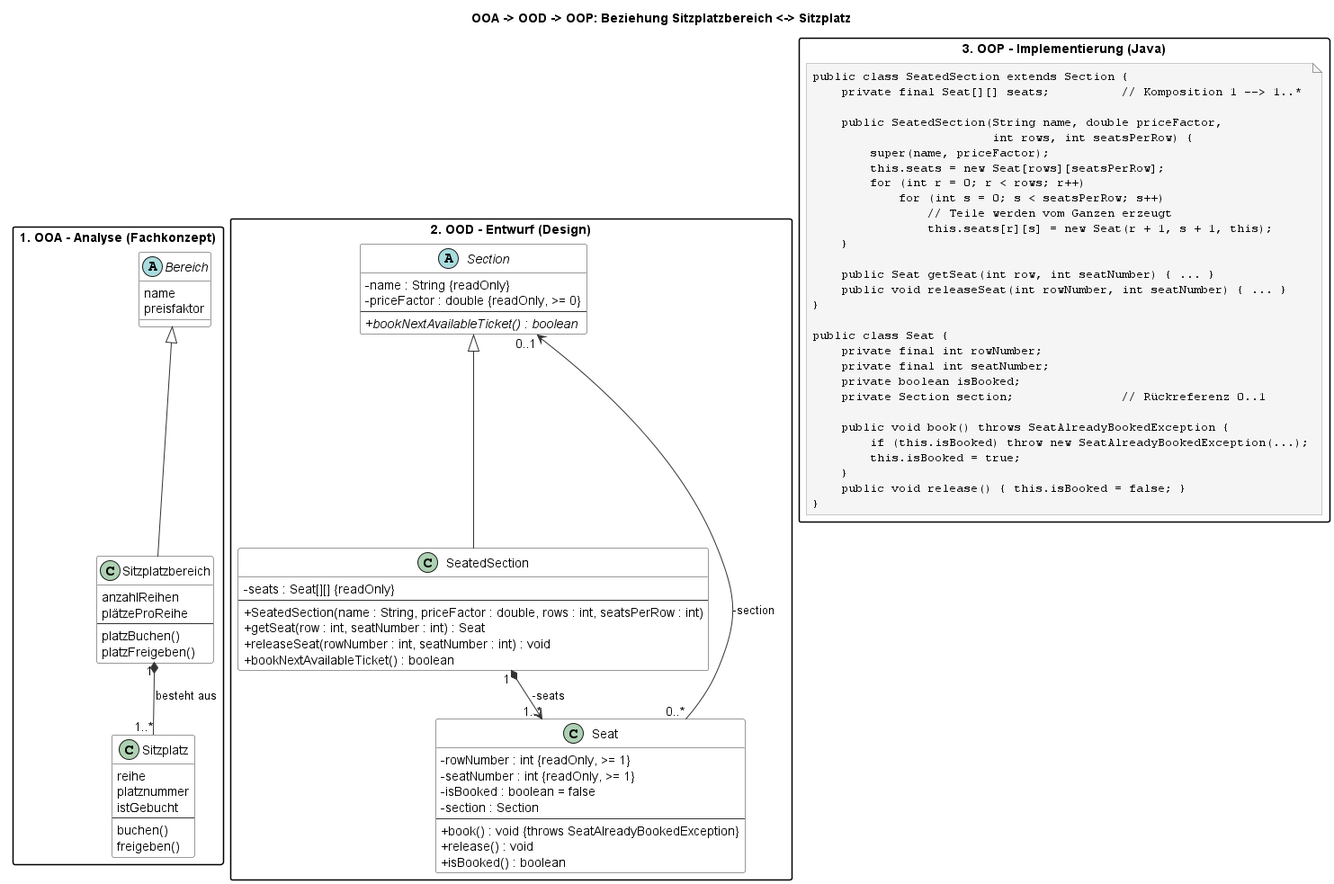
This is docs/uml/OOA_OOD_OOP_SeatedSection_Seat.png from hayatvaneck/Eventarena-Ticket-Verkauf-System, a PlantUML export, as it was before one commit. The source it was exported from:
```plantuml
@startuml OOA_OOD_OOP_SeatedSection_Seat
!pragma layout smetana
skinparam classAttributeIconSize 0
skinparam packageStyle rectangle
skinparam shadowing false
skinparam class {
  BackgroundColor White
  BorderColor #333333
  ArrowColor #333333
}
skinparam note {
  BackgroundColor #F5F5F5
  BorderColor #999999
}

title OOA -> OOD -> OOP: Beziehung Sitzplatzbereich <-> Sitzplatz

package "1. OOA - Analyse (Fachkonzept)" as OOA {
  abstract class "Bereich" as A_Bereich {
    name
    preisfaktor
  }
  class "Sitzplatzbereich" as A_Sitz {
    anzahlReihen
    plätzeProReihe
    --
    platzBuchen()
    platzFreigeben()
  }
  class "Sitzplatz" as A_Platz {
    reihe
    platznummer
    istGebucht
    --
    buchen()
    freigeben()
  }
  A_Bereich <|-- A_Sitz
  A_Sitz "1" *-- "1..*" A_Platz : besteht aus >
}

package "2. OOD - Entwurf (Design)" as OOD {
  abstract class "Section" as D_Section {
    - name : String {readOnly}
    - priceFactor : double {readOnly, >= 0}
    --
    + {abstract} bookNextAvailableTicket() : boolean
  }
  class "SeatedSection" as D_Seated {
    - seats : Seat[][] {readOnly}
    --
    + SeatedSection(name : String, priceFactor : double, rows : int, seatsPerRow : int)
    + getSeat(row : int, seatNumber : int) : Seat
    + releaseSeat(rowNumber : int, seatNumber : int) : void
    + bookNextAvailableTicket() : boolean
  }
  class "Seat" as D_Seat {
    - rowNumber : int {readOnly, >= 1}
    - seatNumber : int {readOnly, >= 1}
    - isBooked : boolean = false
    - section : Section
    --
    + book() : void {throws SeatAlreadyBookedException}
    + release() : void
    + isBooked() : boolean
  }
  D_Section <|-- D_Seated
  D_Seated "1" *--> "1..*" D_Seat : -seats >
  D_Seat "0..*" --> "0..1" D_Section : -section >
}

package "3. OOP - Implementierung (Java)" as OOP {
  note as P_Code
<code>
public class SeatedSection extends Section {
    private final Seat[][] seats;          // Komposition 1 --> 1..*

    public SeatedSection(String name, double priceFactor,
                         int rows, int seatsPerRow) {
        super(name, priceFactor);
        this.seats = new Seat[rows][seatsPerRow];
        for (int r = 0; r < rows; r++)
            for (int s = 0; s < seatsPerRow; s++)
                // Teile werden vom Ganzen erzeugt
                this.seats[r][s] = new Seat(r + 1, s + 1, this);
    }

    public Seat getSeat(int row, int seatNumber) { ... }
    public void releaseSeat(int rowNumber, int seatNumber) { ... }
}

public class Seat {
    private final int rowNumber;
    private final int seatNumber;
    private boolean isBooked;
    private Section section;               // Rückreferenz 0..1

    public void book() throws SeatAlreadyBookedException {
        if (this.isBooked) throw new SeatAlreadyBookedException(...);
        this.isBooked = true;
    }
    public void release() { this.isBooked = false; }
}
</code>
  end note
}

A_Bereich -[hidden]right- D_Section

@enduml
```
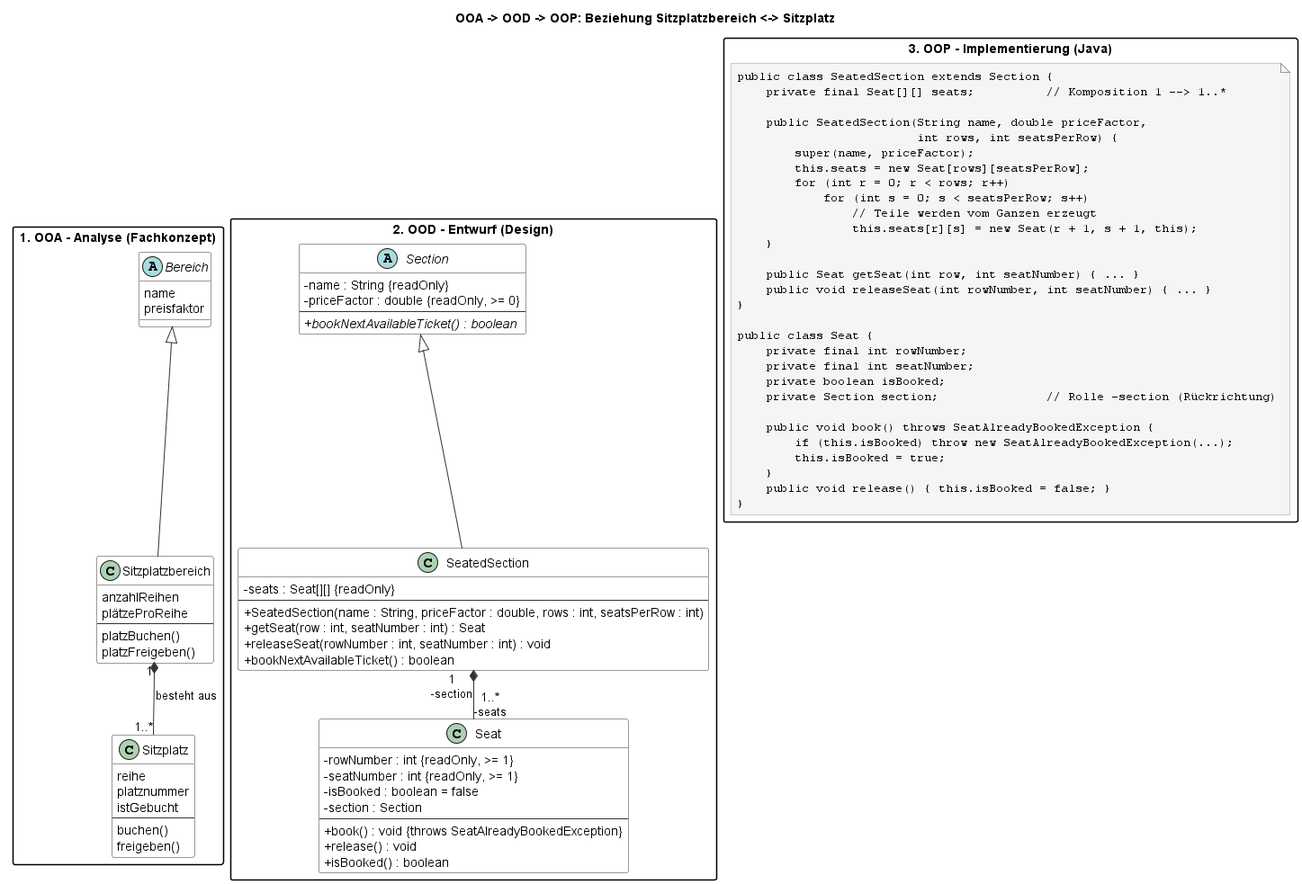
After the change.

What changed in the source:
```diff
@@ -65,8 +65,7 @@
     + isBooked() : boolean
   }
   D_Section <|-- D_Seated
-  D_Seated "1" *--> "1..*" D_Seat : -seats >
-  D_Seat "0..*" --> "0..1" D_Section : -section >
+  D_Seated "1\n-section" *-- "1..*\n-seats" D_Seat
 }
 
 package "3. OOP - Implementierung (Java)" as OOP {
@@ -93,7 +92,7 @@
     private final int rowNumber;
     private final int seatNumber;
     private boolean isBooked;
-    private Section section;               // Rückreferenz 0..1
+    private Section section;               // Rolle -section (Rückrichtung)
 
     public void book() throws SeatAlreadyBookedException {
         if (this.isBooked) throw new SeatAlreadyBookedException(...);
```
